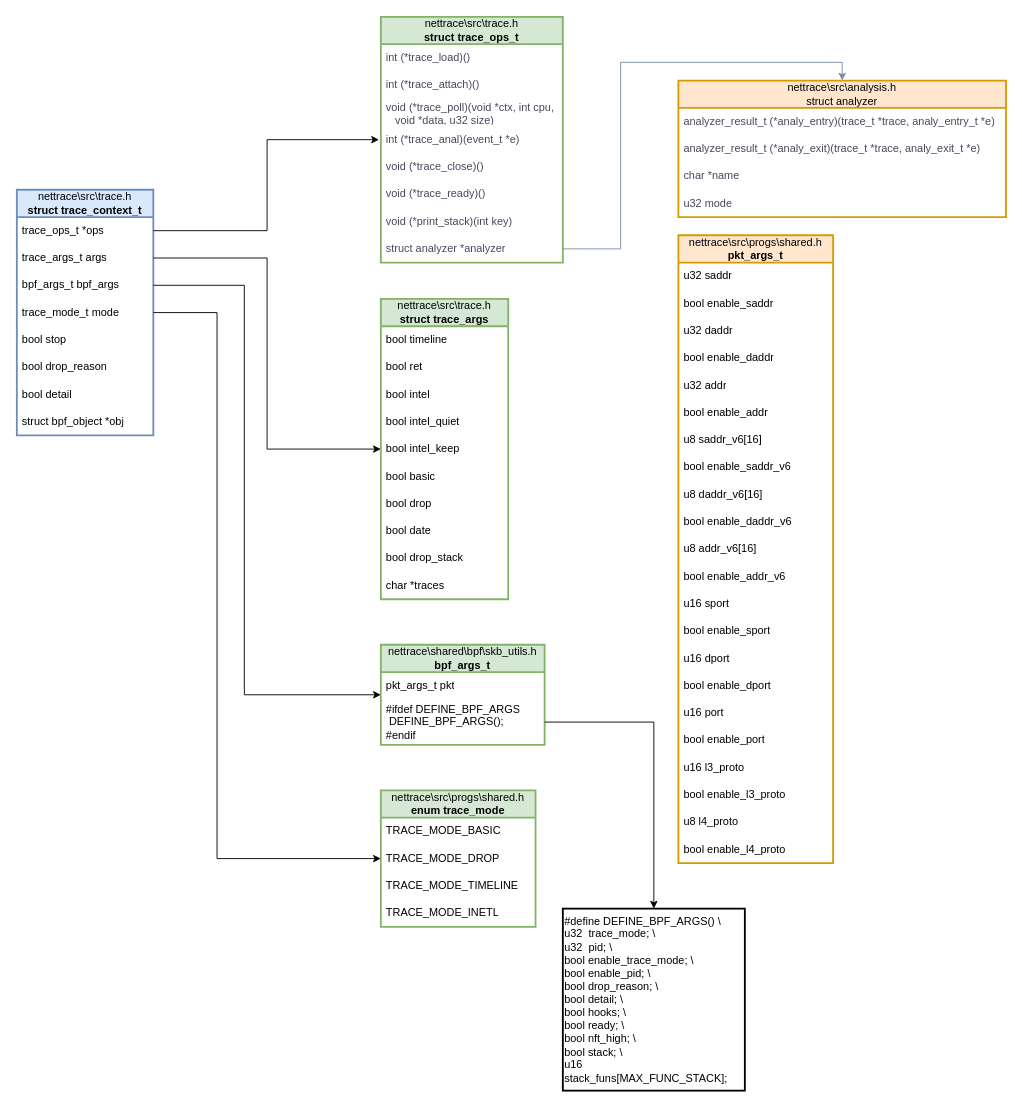
The draw.io diagram nettrace.drawio in casciiy/OS-Study, before the edit. Source tidied: cells renumbered, new cells numbered last; positions are measured from the earlier drawing's top-left corner, leaving out a move shared by most shapes. Both pictures are drawn from the tidied source at 91%, with x=0, y=0 at pixel (16, 16).
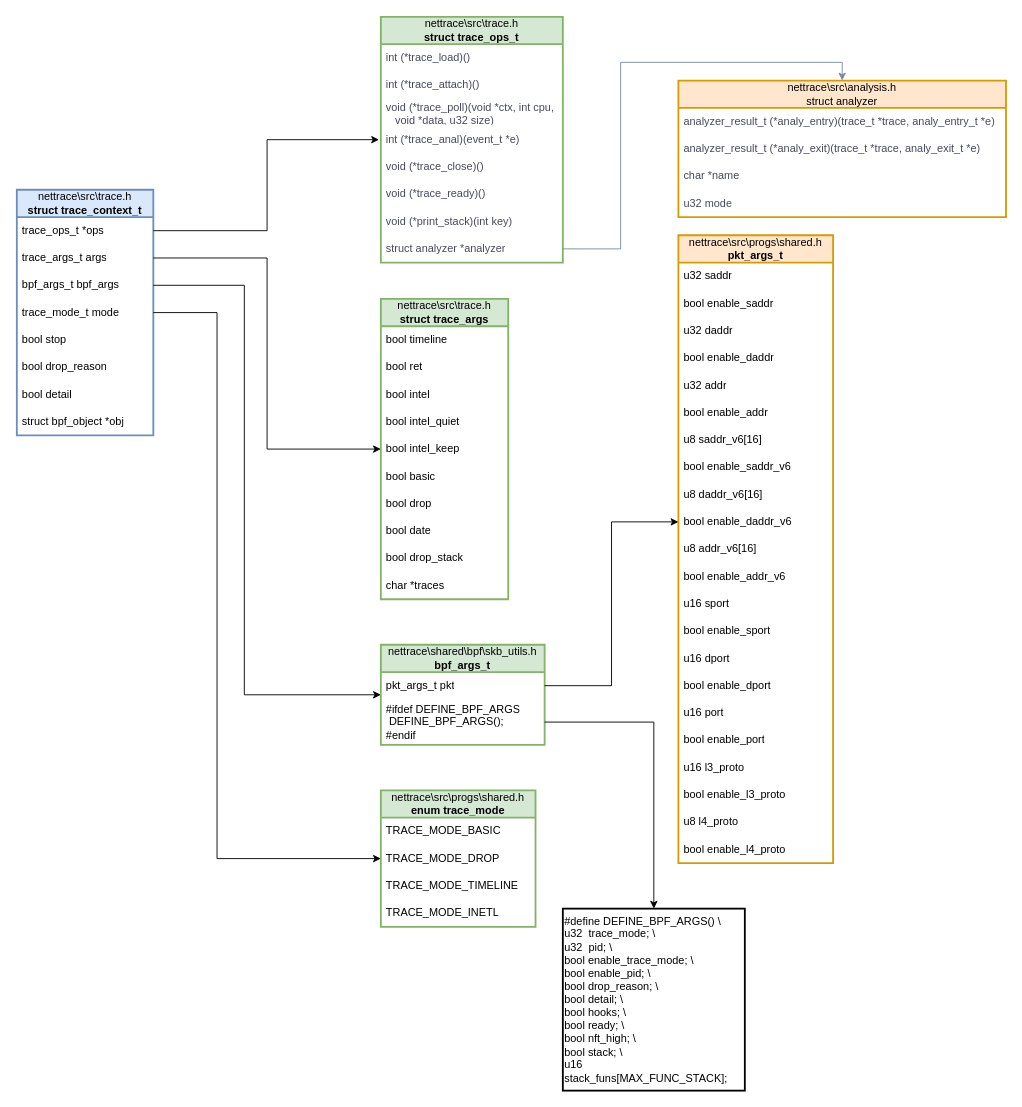
The same diagram, later.

The change refers to these unchanged cells:
```xml
<mxCell id="40" value="pkt_args_t pkt" style="text;strokeColor=none;fillColor=none;align=left;verticalAlign=middle;spacingLeft=4;spacingRight=4;overflow=hidden;points=[[0,0.5],[1,0.5]];portConstraint=eastwest;whiteSpace=wrap;html=1;rounded=0;shadow=0;glass=0;sketch=0;strokeWidth=2;" parent="39" vertex="1">
  <mxGeometry y="30" width="180" height="30" as="geometry" />
</mxCell>
<mxCell id="61" value="bool enable_daddr_v6" style="text;strokeColor=none;fillColor=none;align=left;verticalAlign=middle;spacingLeft=4;spacingRight=4;overflow=hidden;points=[[0,0.5],[1,0.5]];portConstraint=eastwest;whiteSpace=wrap;html=1;strokeWidth=2;" parent="51" vertex="1">
  <mxGeometry y="300" width="170" height="30" as="geometry" />
</mxCell>
```

Change to the diagram source:
```diff
@@
+    <mxCell id="74" style="edgeStyle=orthogonalEdgeStyle;rounded=0;jettySize=auto;html=1;exitX=1;exitY=0.5;exitDx=0;exitDy=0;entryX=0;entryY=0.5;entryDx=0;entryDy=0;" parent="1" edge="1" source="40" target="61">
+      <mxGeometry relative="1" as="geometry" />
+    </mxCell>
```
